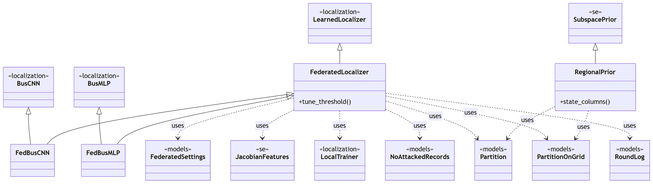
The Mermaid diagram docs/figures/diagrams/classes_federated.png in myersben9/fdia-graph, before a commit. Its source is kept beside it as docs/figures/diagrams/classes_federated.mmd.
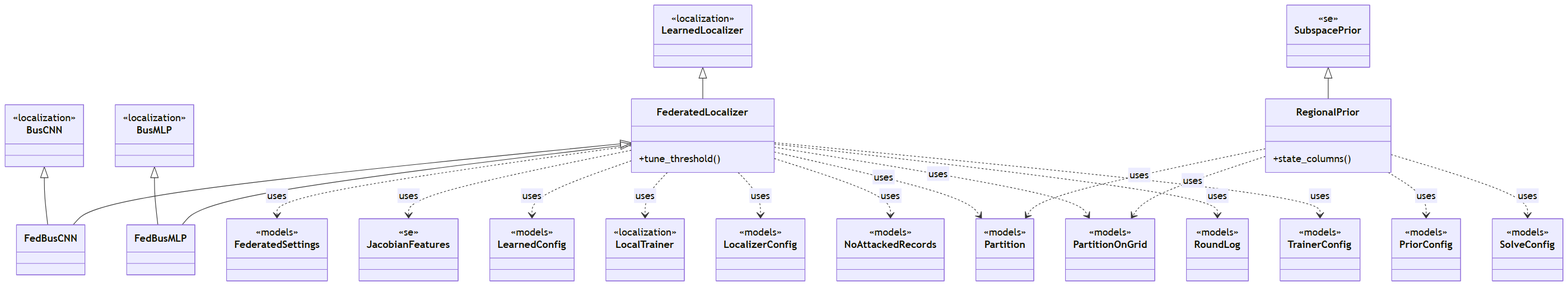
Later version of the same file.

Change to the diagram source:
```diff
@@ -21,11 +21,17 @@
     class JacobianFeatures {
         <<se>>
     }
+    class LearnedConfig {
+        <<models>>
+    }
     class LearnedLocalizer {
         <<localization>>
     }
     class LocalTrainer {
         <<localization>>
+    }
+    class LocalizerConfig {
+        <<models>>
     }
     class NoAttackedRecords {
         <<models>>
@@ -36,11 +42,20 @@
     class PartitionOnGrid {
         <<models>>
     }
+    class PriorConfig {
+        <<models>>
+    }
     class RoundLog {
+        <<models>>
+    }
+    class SolveConfig {
         <<models>>
     }
     class SubspacePrior {
         <<se>>
+    }
+    class TrainerConfig {
+        <<models>>
     }
     BusCNN <|-- FedBusCNN
     BusMLP <|-- FedBusMLP
@@ -50,10 +65,15 @@
     SubspacePrior <|-- RegionalPrior
     FederatedLocalizer ..> FederatedSettings : uses
     FederatedLocalizer ..> JacobianFeatures : uses
+    FederatedLocalizer ..> LearnedConfig : uses
     FederatedLocalizer ..> LocalTrainer : uses
+    FederatedLocalizer ..> LocalizerConfig : uses
     FederatedLocalizer ..> NoAttackedRecords : uses
     FederatedLocalizer ..> Partition : uses
     FederatedLocalizer ..> PartitionOnGrid : uses
     FederatedLocalizer ..> RoundLog : uses
+    FederatedLocalizer ..> TrainerConfig : uses
     RegionalPrior ..> Partition : uses
     RegionalPrior ..> PartitionOnGrid : uses
+    RegionalPrior ..> PriorConfig : uses
+    RegionalPrior ..> SolveConfig : uses
```
